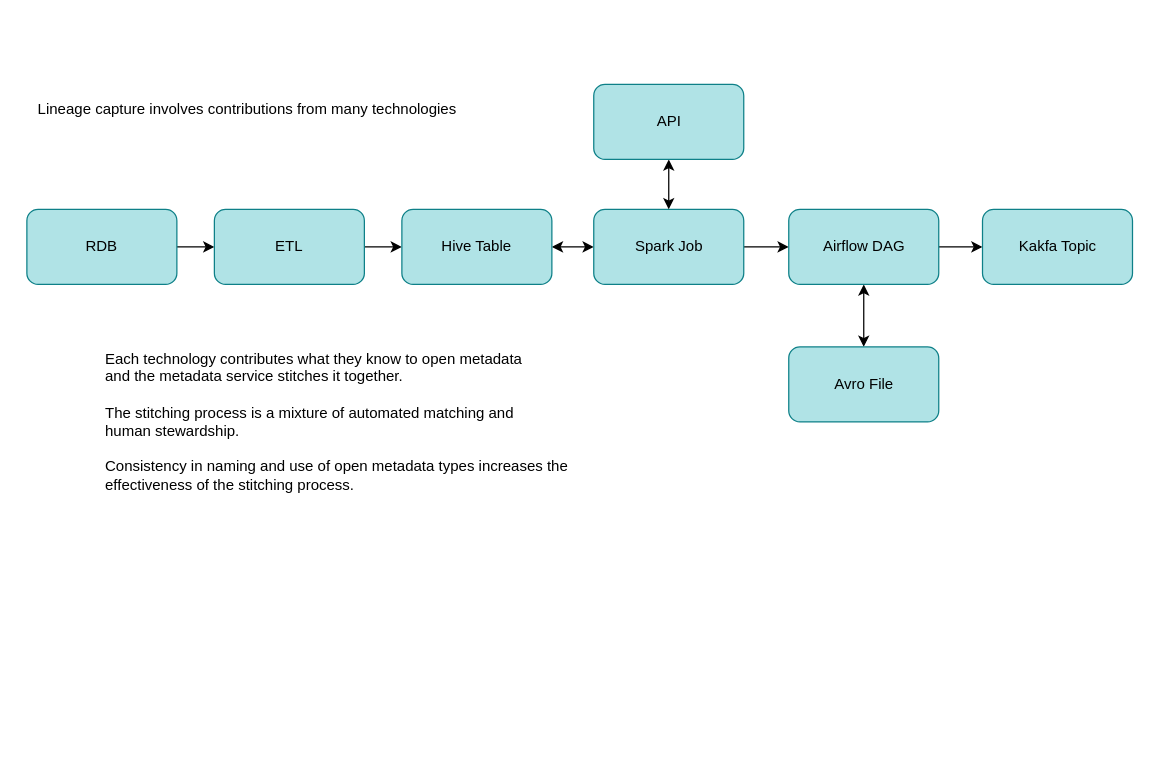
The draw.io diagram page "lineage-capture" (2 of 12) of open-metadata-publication/website/lineage/lineage.drawio in odpi/egeria, before the edit. Source tidied: cells renumbered, new cells numbered last; positions are measured from the earlier drawing's top-left corner, leaving out a move shared by most shapes. Both pictures are drawn from the tidied source at 125%, with x=0, y=0 at pixel (26, 84).
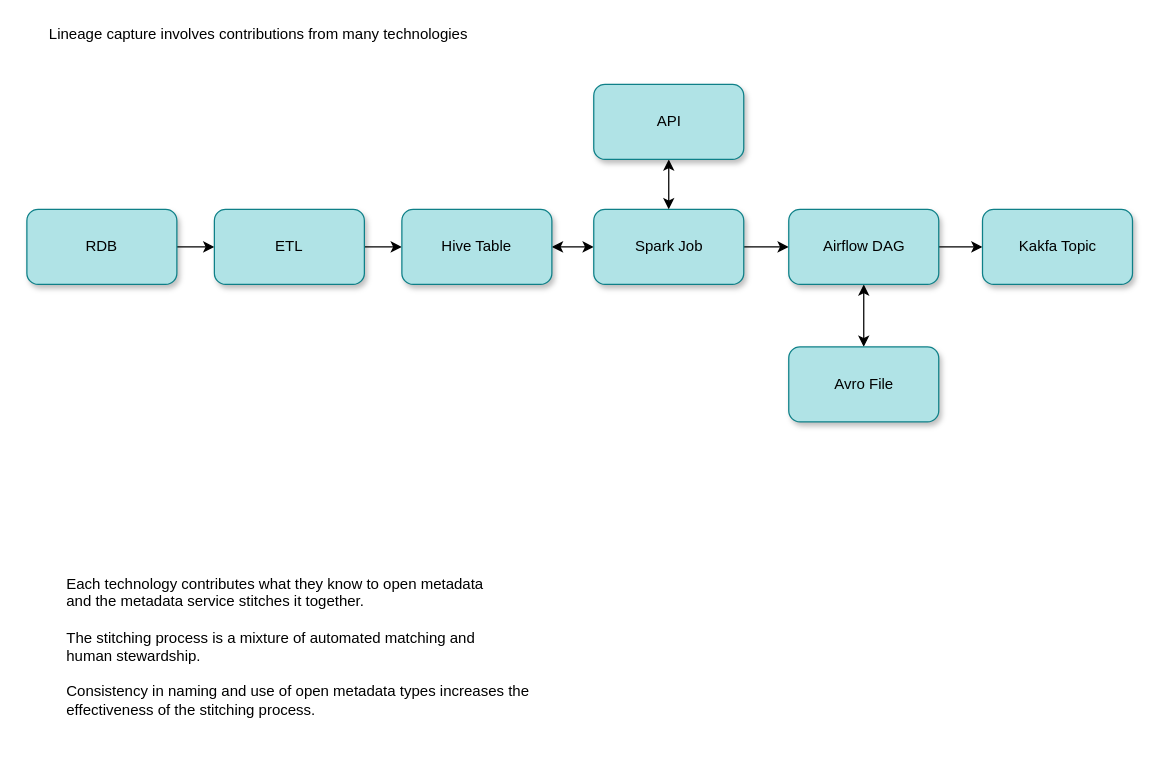
After the change.

Change to the diagram source:
```diff
@@
 <mxGraphModel>
   <root>
     <mxCell id="0" />
     <mxCell id="1" parent="0" />
     <mxCell id="2" style="edgeStyle=orthogonalEdgeStyle;rounded=0;jettySize=auto;html=1;exitX=1;exitY=0.5;exitDx=0;exitDy=0;entryX=0;entryY=0.5;entryDx=0;entryDy=0;" parent="1" edge="1" source="3" target="5">
       <mxGeometry relative="1" as="geometry" />
     </mxCell>
-    <mxCell id="3" value="RDB" style="rounded=1;whiteSpace=wrap;html=1;fillColor=#b0e3e6;strokeColor=#0e8088;" parent="1" vertex="1">
+    <mxCell id="3" value="RDB" style="rounded=1;whiteSpace=wrap;html=1;fillColor=#b0e3e6;strokeColor=#0e8088;shadow=1;" parent="1" vertex="1">
       <mxGeometry y="100" width="120" height="60" as="geometry" />
     </mxCell>
     <mxCell id="4" style="edgeStyle=orthogonalEdgeStyle;rounded=0;jettySize=auto;html=1;exitX=1;exitY=0.5;exitDx=0;exitDy=0;entryX=0;entryY=0.5;entryDx=0;entryDy=0;" parent="1" edge="1" source="5" target="7">
       <mxGeometry relative="1" as="geometry" />
     </mxCell>
-    <mxCell id="5" value="ETL" style="rounded=1;whiteSpace=wrap;html=1;fillColor=#b0e3e6;strokeColor=#0e8088;" parent="1" vertex="1">
+    <mxCell id="5" value="ETL" style="rounded=1;whiteSpace=wrap;html=1;fillColor=#b0e3e6;strokeColor=#0e8088;shadow=1;" parent="1" vertex="1">
       <mxGeometry x="150" y="100" width="120" height="60" as="geometry" />
     </mxCell>
     <mxCell id="6" style="edgeStyle=orthogonalEdgeStyle;rounded=0;jettySize=auto;html=1;startArrow=classic;startFill=1;" parent="1" edge="1" source="7" target="10">
       <mxGeometry relative="1" as="geometry" />
     </mxCell>
-    <mxCell id="7" value="Hive Table" style="rounded=1;whiteSpace=wrap;html=1;fillColor=#b0e3e6;strokeColor=#0e8088;" parent="1" vertex="1">
+    <mxCell id="7" value="Hive Table" style="rounded=1;whiteSpace=wrap;html=1;fillColor=#b0e3e6;strokeColor=#0e8088;shadow=1;" parent="1" vertex="1">
       <mxGeometry x="300" y="100" width="120" height="60" as="geometry" />
     </mxCell>
     <mxCell id="8" value="Lineage capture involves contributions from many technologies" style="text;html=1;align=center;verticalAlign=middle;" parent="1" vertex="1">
-      <mxGeometry x="1" y="10" width="350" height="20" as="geometry" />
+      <mxGeometry x="10" y="-50" width="350" height="20" as="geometry" />
     </mxCell>
     <mxCell id="9" style="edgeStyle=orthogonalEdgeStyle;rounded=0;jettySize=auto;html=1;exitX=1;exitY=0.5;exitDx=0;exitDy=0;" parent="1" edge="1" source="10" target="13">
       <mxGeometry relative="1" as="geometry" />
     </mxCell>
-    <mxCell id="10" value="Spark Job" style="rounded=1;whiteSpace=wrap;html=1;fillColor=#b0e3e6;strokeColor=#0e8088;" parent="1" vertex="1">
+    <mxCell id="10" value="Spark Job" style="rounded=1;whiteSpace=wrap;html=1;fillColor=#b0e3e6;strokeColor=#0e8088;shadow=1;" parent="1" vertex="1">
       <mxGeometry x="453.5" y="100" width="120" height="60" as="geometry" />
     </mxCell>
     <mxCell id="11" style="edgeStyle=orthogonalEdgeStyle;rounded=0;jettySize=auto;html=1;exitX=1;exitY=0.5;exitDx=0;exitDy=0;entryX=0;entryY=0.5;entryDx=0;entryDy=0;" parent="1" edge="1" source="13" target="14">
       <mxGeometry relative="1" as="geometry" />
     </mxCell>
     <mxCell id="12" style="edgeStyle=orthogonalEdgeStyle;rounded=0;jettySize=auto;html=1;startArrow=classic;startFill=1;" parent="1" edge="1" source="13" target="17">
       <mxGeometry relative="1" as="geometry" />
     </mxCell>
-    <mxCell id="13" value="Airflow DAG" style="rounded=1;whiteSpace=wrap;html=1;fillColor=#b0e3e6;strokeColor=#0e8088;" parent="1" vertex="1">
+    <mxCell id="13" value="Airflow DAG" style="rounded=1;whiteSpace=wrap;html=1;fillColor=#b0e3e6;strokeColor=#0e8088;shadow=1;" parent="1" vertex="1">
       <mxGeometry x="609.5" y="100" width="120" height="60" as="geometry" />
     </mxCell>
-    <mxCell id="14" value="Kakfa Topic" style="rounded=1;whiteSpace=wrap;html=1;fillColor=#b0e3e6;strokeColor=#0e8088;" parent="1" vertex="1">
+    <mxCell id="14" value="Kakfa Topic" style="rounded=1;whiteSpace=wrap;html=1;fillColor=#b0e3e6;strokeColor=#0e8088;shadow=1;" parent="1" vertex="1">
       <mxGeometry x="764.5" y="100" width="120" height="60" as="geometry" />
     </mxCell>
     <mxCell id="15" style="edgeStyle=orthogonalEdgeStyle;rounded=0;jettySize=auto;html=1;startArrow=classic;startFill=1;" parent="1" edge="1" source="16" target="10">
       <mxGeometry relative="1" as="geometry" />
     </mxCell>
-    <mxCell id="16" value="API" style="rounded=1;whiteSpace=wrap;html=1;fillColor=#b0e3e6;strokeColor=#0e8088;" parent="1" vertex="1">
+    <mxCell id="16" value="API" style="rounded=1;whiteSpace=wrap;html=1;fillColor=#b0e3e6;strokeColor=#0e8088;shadow=1;" parent="1" vertex="1">
       <mxGeometry x="453.5" width="120" height="60" as="geometry" />
     </mxCell>
-    <mxCell id="17" value="Avro File" style="rounded=1;whiteSpace=wrap;html=1;fillColor=#b0e3e6;strokeColor=#0e8088;" parent="1" vertex="1">
+    <mxCell id="17" value="Avro File" style="rounded=1;whiteSpace=wrap;html=1;fillColor=#b0e3e6;strokeColor=#0e8088;shadow=1;" parent="1" vertex="1">
       <mxGeometry x="609.5" y="210" width="120" height="60" as="geometry" />
     </mxCell>
     <mxCell id="18" value="Each technology contributes what they know to open metadata&lt;br&gt;and the metadata service stitches it together.&lt;br&gt;&lt;br&gt;The stitching process is a mixture of automated matching and&lt;br&gt;human stewardship.&lt;br&gt;&lt;br&gt;Consistency in naming and use of open metadata types increases the&lt;br&gt;effectiveness of the stitching process." style="text;html=1;align=left;verticalAlign=middle;imageAspect=1;overflow=visible;" parent="1" vertex="1">
-      <mxGeometry x="60.5" y="190" width="376" height="160" as="geometry" />
+      <mxGeometry x="30" y="370" width="376" height="160" as="geometry" />
     </mxCell>
   </root>
 </mxGraphModel>
```
